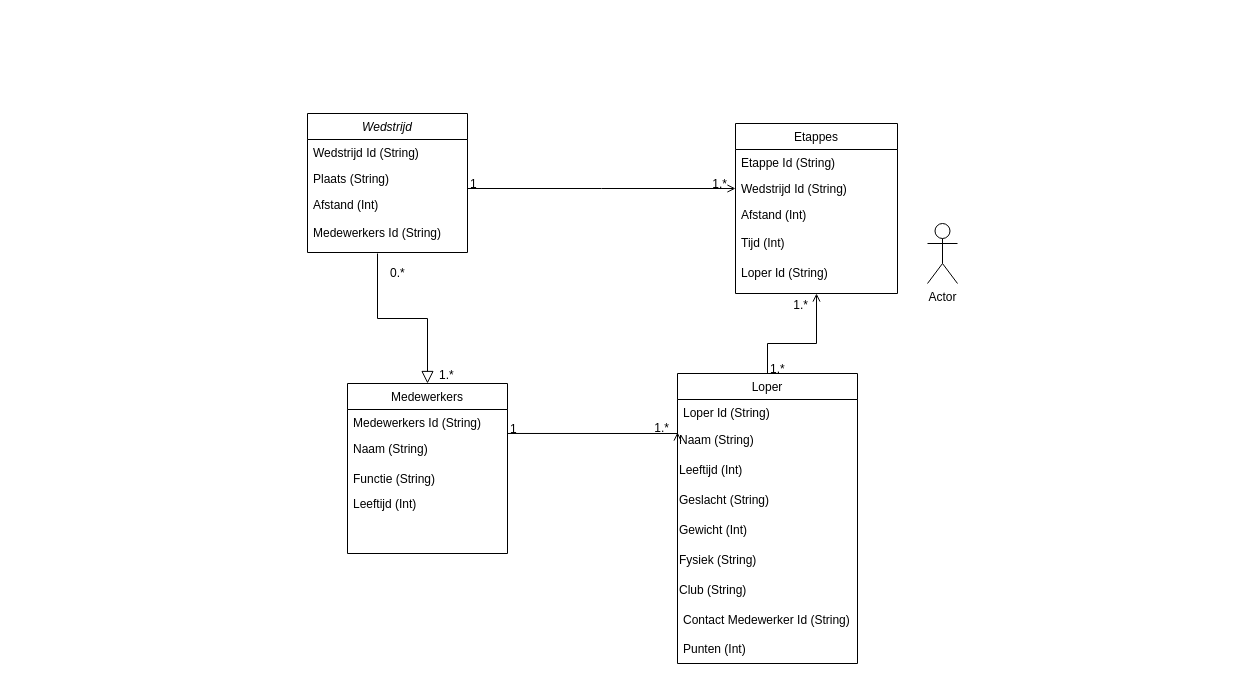
sandervijgen/Simon-en-Sander-opdracht-database keeps this draw.io diagram as loopwedstrijd.drawio. Above is the earlier version. Source tidied: cells renumbered, new cells numbered last; positions are measured from the earlier drawing's top-left corner, leaving out a move shared by most shapes. Both pictures are drawn from the tidied source at 100%, with x=0, y=0 at pixel (307, 113).
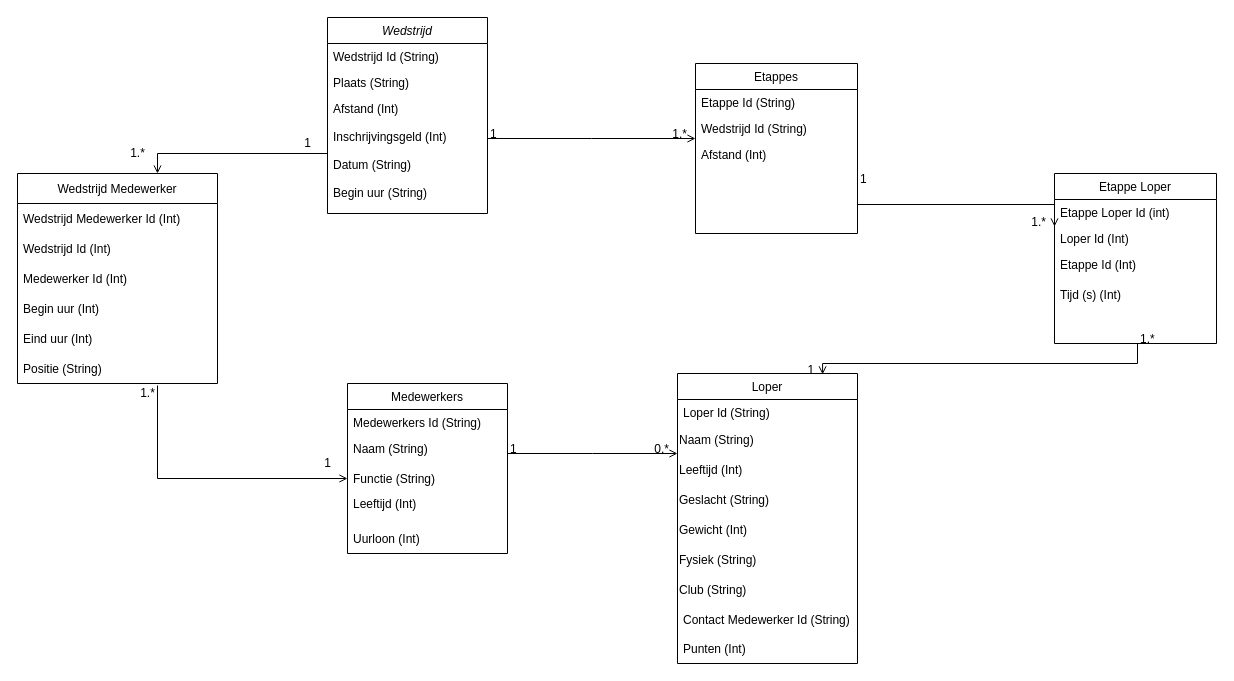
The same diagram, later.

The change refers to these unchanged cells:
```xml
<mxCell id="6" value="Medewerkers" style="swimlane;fontStyle=0;align=center;verticalAlign=top;horizontal=1;startSize=26;rounded=0;shadow=0;strokeWidth=1;" parent="1" vertex="1">
  <mxGeometry x="40" y="270" width="160" height="170" as="geometry" />
</mxCell>
<mxCell id="8" value="Naam (String)" style="text;align=left;verticalAlign=top;spacingLeft=4;spacingRight=4;overflow=hidden;points=[[0,0.5],[1,0.5]];portConstraint=eastwest;rounded=0;shadow=0;html=0;" parent="6" vertex="1">
  <mxGeometry y="52" width="160" height="88" as="geometry" />
</mxCell>
<mxCell id="10" value="Loper" style="swimlane;fontStyle=0;align=center;verticalAlign=top;horizontal=1;startSize=26;rounded=0;shadow=0;strokeWidth=1;" parent="1" vertex="1">
  <mxGeometry x="370" y="260" width="180" height="290" as="geometry" />
</mxCell>
<mxCell id="12" value="Naam (String)" style="text;html=1;align=left;verticalAlign=middle;points=[];strokeColor=none;fillColor=none;" parent="10" vertex="1">
  <mxGeometry y="52" width="180" height="30" as="geometry" />
</mxCell>
<mxCell id="35" value="Functie (String)" style="text;strokeColor=none;fillColor=none;align=left;verticalAlign=middle;spacingLeft=4;spacingRight=4;overflow=hidden;points=[[0,0.5],[1,0.5]];portConstraint=eastwest;" parent="1" vertex="1">
  <mxGeometry x="40" y="350" width="110" height="30" as="geometry" />
</mxCell>
```

Change to the diagram source:
```diff
@@
     <mxCell id="2" value="Wedstrijd" style="swimlane;fontStyle=2;align=center;verticalAlign=top;horizontal=1;startSize=26;rounded=0;shadow=0;strokeWidth=1;" parent="1" vertex="1">
-      <mxGeometry width="160" height="139" as="geometry" />
+      <mxGeometry x="20" y="-96" width="160" height="196" as="geometry" />
     </mxCell>
@@
+    <mxCell id="41" value="Inschrijvingsgeld (Int)" style="text;strokeColor=none;fillColor=none;align=left;verticalAlign=middle;spacingLeft=4;spacingRight=4;overflow=hidden;" parent="2" vertex="1">
+      <mxGeometry y="104" width="160" height="30" as="geometry" />
+    </mxCell>
+    <mxCell id="42" value="Datum (String)" style="text;strokeColor=none;fillColor=none;align=left;verticalAlign=middle;spacingLeft=4;spacingRight=4;overflow=hidden;" parent="2" vertex="1">
+      <mxGeometry y="134" width="160" height="26" as="geometry" />
+    </mxCell>
+    <mxCell id="43" value="Begin uur (String)" style="text;strokeColor=none;fillColor=none;align=left;verticalAlign=middle;spacingLeft=4;spacingRight=4;overflow=hidden;" parent="2" vertex="1">
+      <mxGeometry y="160" width="160" height="30" as="geometry" />
+    </mxCell>
@@
-    <mxCell id="9" style="endArrow=block;endSize=10;endFill=0;shadow=0;strokeWidth=1;rounded=0;edgeStyle=elbowEdgeStyle;elbow=vertical;" parent="1" edge="1" target="6">
-      <mxGeometry relative="1" as="geometry">
-        <mxPoint x="70" y="140" as="sourcePoint" />
-      </mxGeometry>
-    </mxCell>
+    <mxCell id="44" value="Uurloon (Int)" style="text;strokeColor=none;fillColor=none;align=left;verticalAlign=middle;spacingLeft=4;spacingRight=4;overflow=hidden;" parent="6" vertex="1">
+      <mxGeometry y="140" width="160" height="30" as="geometry" />
+    </mxCell>
@@
     <mxCell id="20" value="Etappes" style="swimlane;fontStyle=0;align=center;verticalAlign=top;horizontal=1;startSize=26;rounded=0;shadow=0;strokeWidth=1;" parent="1" vertex="1">
-      <mxGeometry x="428" y="10" width="162" height="170" as="geometry" />
+      <mxGeometry x="388" y="-50" width="162" height="170" as="geometry" />
     </mxCell>
@@
-    <mxCell id="24" value="Tijd (Int)" style="text;strokeColor=none;fillColor=none;align=left;verticalAlign=middle;spacingLeft=4;spacingRight=4;overflow=hidden;" parent="20" vertex="1">
-      <mxGeometry y="104" width="162" height="30" as="geometry" />
-    </mxCell>
-    <mxCell id="25" value="Loper Id (String)" style="text;strokeColor=none;fillColor=none;align=left;verticalAlign=middle;spacingLeft=4;spacingRight=4;overflow=hidden;" parent="20" vertex="1">
-      <mxGeometry y="134" width="162" height="30" as="geometry" />
-    </mxCell>
-    <mxCell id="26" style="endArrow=open;shadow=0;strokeWidth=1;rounded=0;endFill=1;edgeStyle=elbowEdgeStyle;elbow=vertical;entryX=0.5;entryY=1;entryDx=0;entryDy=0;exitX=0.5;exitY=0;exitDx=0;exitDy=0;" parent="20" edge="1" source="10" target="20">
-      <mxGeometry x="0.5" y="41" relative="1" as="geometry">
-        <Array as="points">
-          <mxPoint x="62" y="220" />
-        </Array>
-        <mxPoint x="-40" y="32" as="offset" />
-      </mxGeometry>
-    </mxCell>
-    <mxCell id="27" value="1.*" style="align=left;verticalAlign=bottom;labelBackgroundColor=none;fontSize=12;" parent="26" vertex="1">
-      <mxGeometry x="-1" relative="1" as="geometry">
-        <mxPoint x="1" y="4" as="offset" />
-      </mxGeometry>
-    </mxCell>
-    <mxCell id="28" value="1.*" style="align=right;verticalAlign=bottom;labelBackgroundColor=none;fontSize=12;" parent="26" vertex="1">
-      <mxGeometry x="1" relative="1" as="geometry">
-        <mxPoint x="-7" y="20" as="offset" />
-      </mxGeometry>
-    </mxCell>
@@
-    <mxCell id="32" value="1.*" style="align=left;verticalAlign=bottom;labelBackgroundColor=none;fontSize=12;" parent="1" vertex="1">
-      <mxGeometry x="130" y="270" as="geometry" />
+    <mxCell id="32" style="align=left;verticalAlign=bottom;labelBackgroundColor=none;fontSize=12;" parent="1" vertex="1">
+      <mxGeometry x="130" y="260" as="geometry">
+        <mxPoint x="-37" y="8" as="offset" />
+      </mxGeometry>
     </mxCell>
-    <mxCell id="33" value="0.*" style="align=left;verticalAlign=bottom;labelBackgroundColor=none;fontSize=12;" parent="1" vertex="1">
-      <mxGeometry x="80" y="144" as="geometry">
+    <mxCell id="33" style="align=left;verticalAlign=bottom;labelBackgroundColor=none;fontSize=12;" parent="1" vertex="1">
+      <mxGeometry x="100" y="134" as="geometry">
         <mxPoint x="1" y="24" as="offset" />
       </mxGeometry>
     </mxCell>
-    <mxCell id="34" value="Actor" style="shape=umlActor;verticalLabelPosition=bottom;verticalAlign=top;html=1;" parent="1" vertex="1">
-      <mxGeometry x="620" y="110" width="30" height="60" as="geometry" />
-    </mxCell>
@@
-    <mxCell id="36" value="Medewerkers Id (String)" style="text;strokeColor=none;fillColor=none;align=left;verticalAlign=middle;spacingLeft=4;spacingRight=4;overflow=hidden;" parent="1" vertex="1">
-      <mxGeometry y="104" width="160" height="30" as="geometry" />
-    </mxCell>
-    <mxCell id="37" style="endArrow=open;shadow=0;strokeWidth=1;rounded=0;endFill=1;edgeStyle=elbowEdgeStyle;elbow=vertical;exitX=1;exitY=-0.023;exitDx=0;exitDy=0;exitPerimeter=0;entryX=0;entryY=0.233;entryDx=0;entryDy=0;entryPerimeter=0;" parent="1" edge="1" source="8" target="12">
-      <mxGeometry x="0.5" y="41" relative="1" as="geometry">
-        <Array as="points">
-          <mxPoint x="250" y="320" />
-        </Array>
-        <mxPoint x="-40" y="32" as="offset" />
-      </mxGeometry>
-    </mxCell>
-    <mxCell id="38" value="1" style="align=left;verticalAlign=bottom;labelBackgroundColor=none;fontSize=12;" parent="37" vertex="1">
-      <mxGeometry x="-1" relative="1" as="geometry">
-        <mxPoint x="1" y="4" as="offset" />
-      </mxGeometry>
-    </mxCell>
-    <mxCell id="39" value="1.*" style="align=right;verticalAlign=bottom;labelBackgroundColor=none;fontSize=12;" parent="37" vertex="1">
-      <mxGeometry x="1" relative="1" as="geometry">
-        <mxPoint x="-7" y="4" as="offset" />
-      </mxGeometry>
-    </mxCell>
@@
+    <mxCell id="45" style="endArrow=open;shadow=0;strokeWidth=1;rounded=0;endFill=1;edgeStyle=elbowEdgeStyle;elbow=vertical;" parent="1" edge="1">
+      <mxGeometry x="0.5" y="41" relative="1" as="geometry">
+        <mxPoint x="200" y="340" as="sourcePoint" />
+        <mxPoint x="370" y="340" as="targetPoint" />
+        <mxPoint x="-40" y="32" as="offset" />
+      </mxGeometry>
+    </mxCell>
+    <mxCell id="46" value="1" style="align=left;verticalAlign=bottom;labelBackgroundColor=none;fontSize=12;" parent="45" vertex="1">
+      <mxGeometry x="-1" relative="1" as="geometry">
+        <mxPoint x="1" y="4" as="offset" />
+      </mxGeometry>
+    </mxCell>
+    <mxCell id="47" value="0.*" style="align=right;verticalAlign=bottom;labelBackgroundColor=none;fontSize=12;" parent="45" vertex="1">
+      <mxGeometry x="1" relative="1" as="geometry">
+        <mxPoint x="-7" y="4" as="offset" />
+      </mxGeometry>
+    </mxCell>
+    <mxCell id="48" value="Etappe Loper" style="swimlane;fontStyle=0;align=center;verticalAlign=top;horizontal=1;startSize=26;rounded=0;shadow=0;strokeWidth=1;" parent="1" vertex="1">
+      <mxGeometry x="747" y="60" width="162" height="170" as="geometry" />
+    </mxCell>
+    <mxCell id="49" value="Etappe Loper Id (int)" style="text;align=left;verticalAlign=top;spacingLeft=4;spacingRight=4;overflow=hidden;" parent="48" vertex="1">
+      <mxGeometry y="26" width="162" height="26" as="geometry" />
+    </mxCell>
+    <mxCell id="50" value="Loper Id (Int)" style="text;align=left;verticalAlign=top;spacingLeft=4;spacingRight=4;overflow=hidden;points=[[0,0.5],[1,0.5]];portConstraint=eastwest;rounded=0;shadow=0;html=0;" parent="48" vertex="1">
+      <mxGeometry y="52" width="162" height="26" as="geometry" />
+    </mxCell>
+    <mxCell id="51" value="Etappe Id (Int)" style="text;align=left;verticalAlign=top;spacingLeft=4;spacingRight=4;overflow=hidden;rounded=0;shadow=0;html=0;" parent="48" vertex="1">
+      <mxGeometry y="78" width="162" height="26" as="geometry" />
+    </mxCell>
+    <mxCell id="52" value="Tijd (s) (Int)" style="text;strokeColor=none;fillColor=none;align=left;verticalAlign=middle;spacingLeft=4;spacingRight=4;overflow=hidden;" parent="48" vertex="1">
+      <mxGeometry y="104" width="162" height="34" as="geometry" />
+    </mxCell>
+    <mxCell id="53" style="endArrow=open;shadow=0;strokeWidth=1;rounded=0;endFill=1;edgeStyle=elbowEdgeStyle;elbow=vertical;entryX=0;entryY=0.038;entryDx=0;entryDy=0;entryPerimeter=0;" parent="1" edge="1" target="50">
+      <mxGeometry x="0.5" y="41" relative="1" as="geometry">
+        <mxPoint x="550" y="70" as="sourcePoint" />
+        <mxPoint x="-40" y="32" as="offset" />
+      </mxGeometry>
+    </mxCell>
+    <mxCell id="54" value="1" style="align=left;verticalAlign=bottom;labelBackgroundColor=none;fontSize=12;" parent="53" vertex="1">
+      <mxGeometry x="-1" relative="1" as="geometry">
+        <mxPoint x="1" y="4" as="offset" />
+      </mxGeometry>
+    </mxCell>
+    <mxCell id="55" value="1.*" style="align=right;verticalAlign=bottom;labelBackgroundColor=none;fontSize=12;" parent="53" vertex="1">
+      <mxGeometry x="1" relative="1" as="geometry">
+        <mxPoint x="-7" y="4" as="offset" />
+      </mxGeometry>
+    </mxCell>
+    <mxCell id="56" style="endArrow=open;shadow=0;strokeWidth=1;rounded=0;endFill=1;edgeStyle=elbowEdgeStyle;elbow=vertical;entryX=0.806;entryY=0.003;entryDx=0;entryDy=0;entryPerimeter=0;" parent="1" edge="1" target="10">
+      <mxGeometry x="0.5" y="41" relative="1" as="geometry">
+        <mxPoint x="830" y="230" as="sourcePoint" />
+        <Array as="points">
+          <mxPoint x="660" y="250" />
+          <mxPoint x="830" y="270" />
+          <mxPoint x="750" y="320" />
+        </Array>
+        <mxPoint x="-40" y="32" as="offset" />
+      </mxGeometry>
+    </mxCell>
+    <mxCell id="27" value="1.*" style="align=left;verticalAlign=bottom;labelBackgroundColor=none;fontSize=12;" parent="56" vertex="1">
+      <mxGeometry x="-1" relative="1" as="geometry">
+        <mxPoint x="1" y="4" as="offset" />
+      </mxGeometry>
+    </mxCell>
+    <mxCell id="57" value="1" style="align=right;verticalAlign=bottom;labelBackgroundColor=none;fontSize=12;" parent="56" vertex="1">
+      <mxGeometry x="1" relative="1" as="geometry">
+        <mxPoint x="-7" y="4" as="offset" />
+      </mxGeometry>
+    </mxCell>
+    <mxCell id="58" value="Wedstrijd Medewerker" style="swimlane;fontStyle=0;horizontal=1;startSize=30;" parent="1" vertex="1">
+      <mxGeometry x="-290" y="60" width="200" height="210" as="geometry" />
+    </mxCell>
+    <mxCell id="59" value="Wedstrijd Medewerker Id (Int)" style="text;strokeColor=none;fillColor=none;align=left;verticalAlign=middle;spacingLeft=4;spacingRight=4;overflow=hidden;" parent="58" vertex="1">
+      <mxGeometry y="30" width="200" height="30" as="geometry" />
+    </mxCell>
+    <mxCell id="60" value="Wedstrijd Id (Int)" style="text;strokeColor=none;fillColor=none;align=left;verticalAlign=middle;spacingLeft=4;spacingRight=4;overflow=hidden;" parent="58" vertex="1">
+      <mxGeometry y="60" width="200" height="30" as="geometry" />
+    </mxCell>
+    <mxCell id="61" value="Medewerker Id (Int)" style="text;strokeColor=none;fillColor=none;align=left;verticalAlign=middle;spacingLeft=4;spacingRight=4;overflow=hidden;" parent="58" vertex="1">
+      <mxGeometry y="90" width="200" height="30" as="geometry" />
+    </mxCell>
+    <mxCell id="62" value="Begin uur (Int)" style="text;strokeColor=none;fillColor=none;align=left;verticalAlign=middle;spacingLeft=4;spacingRight=4;overflow=hidden;" parent="58" vertex="1">
+      <mxGeometry y="120" width="200" height="30" as="geometry" />
+    </mxCell>
+    <mxCell id="63" value="Eind uur (Int)" style="text;strokeColor=none;fillColor=none;align=left;verticalAlign=middle;spacingLeft=4;spacingRight=4;overflow=hidden;" parent="58" vertex="1">
+      <mxGeometry y="150" width="200" height="30" as="geometry" />
+    </mxCell>
+    <mxCell id="64" value="Positie (String)" style="text;strokeColor=none;fillColor=none;align=left;verticalAlign=middle;spacingLeft=4;spacingRight=4;overflow=hidden;points=[[0,0.5],[1,0.5]];portConstraint=eastwest;" parent="58" vertex="1">
+      <mxGeometry y="180" width="200" height="30" as="geometry" />
+    </mxCell>
+    <mxCell id="65" style="endArrow=open;shadow=0;strokeWidth=1;rounded=0;endFill=1;edgeStyle=elbowEdgeStyle;elbow=vertical;exitX=0;exitY=0.167;exitDx=0;exitDy=0;exitPerimeter=0;" parent="1" edge="1">
+      <mxGeometry x="0.5" y="41" relative="1" as="geometry">
+        <mxPoint x="20" y="20" as="sourcePoint" />
+        <mxPoint x="-150" y="60" as="targetPoint" />
+        <mxPoint x="-40" y="32" as="offset" />
+      </mxGeometry>
+    </mxCell>
+    <mxCell id="66" value="1.*" style="text;html=1;align=center;verticalAlign=middle;strokeColor=none;fillColor=none;" parent="1" vertex="1">
+      <mxGeometry x="-190" y="25" width="40" height="30" as="geometry" />
+    </mxCell>
+    <mxCell id="67" value="1" style="text;html=1;align=center;verticalAlign=middle;strokeColor=none;fillColor=none;" parent="1" vertex="1">
+      <mxGeometry x="-15" y="15" width="30" height="30" as="geometry" />
+    </mxCell>
+    <mxCell id="68" style="endArrow=open;shadow=0;strokeWidth=1;rounded=0;endFill=1;edgeStyle=elbowEdgeStyle;elbow=vertical;exitX=0.7;exitY=1.067;exitDx=0;exitDy=0;exitPerimeter=0;entryX=0;entryY=0.5;entryDx=0;entryDy=0;" parent="1" edge="1" source="64" target="35">
+      <mxGeometry x="0.5" y="41" relative="1" as="geometry">
+        <Array as="points">
+          <mxPoint x="-50" y="365" />
+          <mxPoint x="-70" y="370" />
+        </Array>
+        <mxPoint x="-40" y="32" as="offset" />
+      </mxGeometry>
+    </mxCell>
+    <mxCell id="69" value="1.*" style="text;html=1;align=center;verticalAlign=middle;strokeColor=none;fillColor=none;" parent="1" vertex="1">
+      <mxGeometry x="-180" y="265" width="40" height="30" as="geometry" />
+    </mxCell>
+    <mxCell id="70" value="1" style="text;html=1;align=center;verticalAlign=middle;strokeColor=none;fillColor=none;" parent="1" vertex="1">
+      <mxGeometry x="5" y="335" width="30" height="30" as="geometry" />
+    </mxCell>
```
